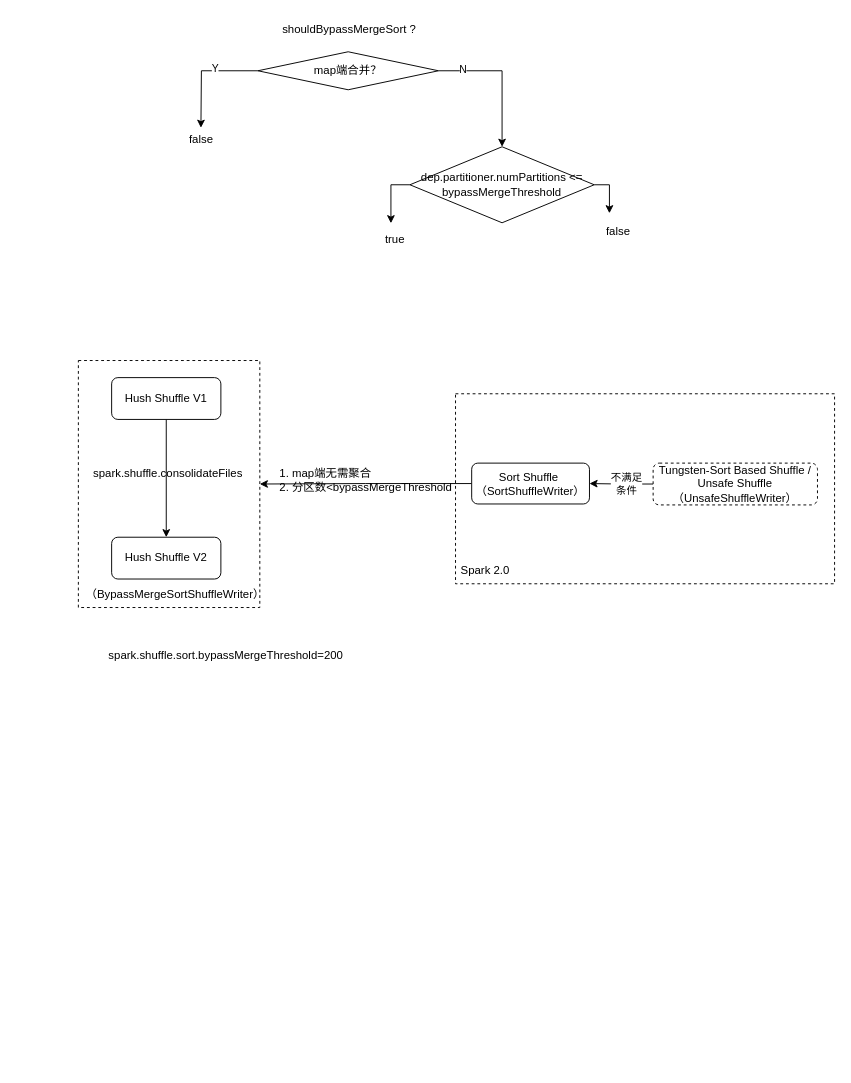
This is page "shuffle" (4 of 5) of docs/spark/spark源码阅读.drawio from luckywind/TechWorld, a draw.io file, before an edit. Source tidied: cells renumbered, new cells numbered last; positions are measured from the earlier drawing's top-left corner, leaving out a move shared by most shapes. Both pictures are drawn from the tidied source at 95%, with x=0, y=0 at pixel (78, 16).
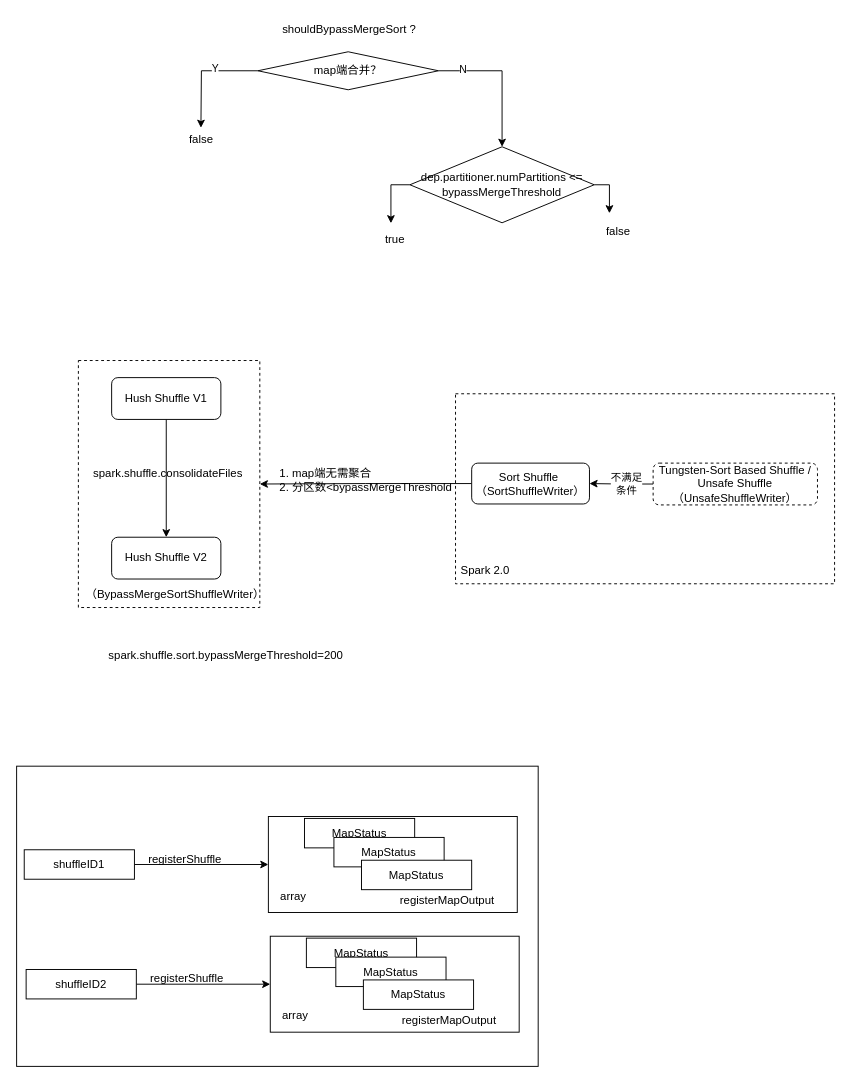
After the change.

Change to the diagram source:
```diff
@@
+    <mxCell id="29" style="rounded=0;whiteSpace=wrap;html=1;" parent="1" vertex="1">
+      <mxGeometry x="-65" y="789" width="549" height="316" as="geometry" />
+    </mxCell>
+    <mxCell id="30" style="rounded=0;whiteSpace=wrap;html=1;" parent="1" vertex="1">
+      <mxGeometry x="200" y="842" width="262" height="101" as="geometry" />
+    </mxCell>
@@
+    <mxCell id="31" style="edgeStyle=orthogonalEdgeStyle;rounded=0;jettySize=auto;html=1;startArrow=none;startFill=0;entryX=0;entryY=0.5;entryDx=0;entryDy=0;" parent="1" edge="1" source="32" target="30">
+      <mxGeometry relative="1" as="geometry" />
+    </mxCell>
+    <mxCell id="32" value="shuffleID1" style="rounded=0;whiteSpace=wrap;html=1;" parent="1" vertex="1">
+      <mxGeometry x="-57" y="877" width="116" height="31" as="geometry" />
+    </mxCell>
+    <mxCell id="33" value="MapStatus" style="rounded=0;whiteSpace=wrap;html=1;" parent="1" vertex="1">
+      <mxGeometry x="238" y="844" width="116" height="31" as="geometry" />
+    </mxCell>
+    <mxCell id="34" value="MapStatus" style="rounded=0;whiteSpace=wrap;html=1;" parent="1" vertex="1">
+      <mxGeometry x="269" y="864" width="116" height="31" as="geometry" />
+    </mxCell>
+    <mxCell id="35" value="MapStatus" style="rounded=0;whiteSpace=wrap;html=1;" parent="1" vertex="1">
+      <mxGeometry x="298" y="888" width="116" height="31" as="geometry" />
+    </mxCell>
+    <mxCell id="36" value="array" style="text;html=1;align=center;verticalAlign=middle;" parent="1" vertex="1">
+      <mxGeometry x="207" y="917" width="37" height="18" as="geometry" />
+    </mxCell>
+    <mxCell id="37" value="registerShuffle" style="text;html=1;align=center;verticalAlign=middle;" parent="1" vertex="1">
+      <mxGeometry x="68" y="878" width="87" height="18" as="geometry" />
+    </mxCell>
+    <mxCell id="38" value="registerMapOutput" style="text;html=1;align=center;verticalAlign=middle;" parent="1" vertex="1">
+      <mxGeometry x="333" y="922" width="109" height="18" as="geometry" />
+    </mxCell>
+    <mxCell id="39" style="rounded=0;whiteSpace=wrap;html=1;" parent="1" vertex="1">
+      <mxGeometry x="202" y="968" width="262" height="101" as="geometry" />
+    </mxCell>
+    <mxCell id="40" style="edgeStyle=orthogonalEdgeStyle;rounded=0;jettySize=auto;html=1;startArrow=none;startFill=0;entryX=0;entryY=0.5;entryDx=0;entryDy=0;" parent="1" edge="1" source="41" target="39">
+      <mxGeometry relative="1" as="geometry" />
+    </mxCell>
+    <mxCell id="41" value="shuffleID2" style="rounded=0;whiteSpace=wrap;html=1;" parent="1" vertex="1">
+      <mxGeometry x="-55" y="1003" width="116" height="31" as="geometry" />
+    </mxCell>
+    <mxCell id="42" value="MapStatus" style="rounded=0;whiteSpace=wrap;html=1;" parent="1" vertex="1">
+      <mxGeometry x="240" y="970" width="116" height="31" as="geometry" />
+    </mxCell>
+    <mxCell id="43" value="MapStatus" style="rounded=0;whiteSpace=wrap;html=1;" parent="1" vertex="1">
+      <mxGeometry x="271" y="990" width="116" height="31" as="geometry" />
+    </mxCell>
+    <mxCell id="44" value="MapStatus" style="rounded=0;whiteSpace=wrap;html=1;" parent="1" vertex="1">
+      <mxGeometry x="300" y="1014" width="116" height="31" as="geometry" />
+    </mxCell>
+    <mxCell id="45" value="array" style="text;html=1;align=center;verticalAlign=middle;" parent="1" vertex="1">
+      <mxGeometry x="209" y="1043" width="37" height="18" as="geometry" />
+    </mxCell>
+    <mxCell id="46" value="registerShuffle" style="text;html=1;align=center;verticalAlign=middle;" parent="1" vertex="1">
+      <mxGeometry x="70" y="1004" width="87" height="18" as="geometry" />
+    </mxCell>
+    <mxCell id="47" value="registerMapOutput" style="text;html=1;align=center;verticalAlign=middle;" parent="1" vertex="1">
+      <mxGeometry x="335" y="1048" width="109" height="18" as="geometry" />
+    </mxCell>
```
